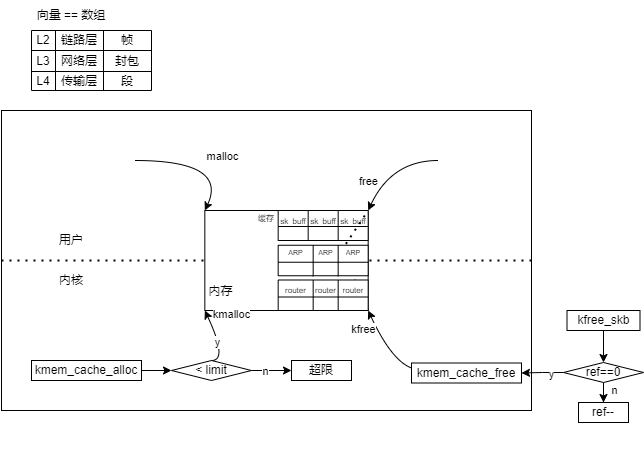
The draw.io diagram 深入理解Linux网络/简介.drawio.png in nayitian/drawio, before a commit. Source tidied: cells renumbered, new cells last; positions are measured from the earlier drawing's top-left corner, leaving out a move shared by most shapes.
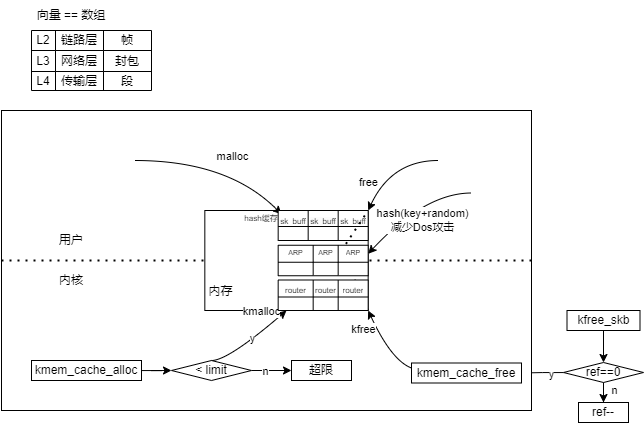
The same file after the commit.

Diff of the diagram source:
```diff
@@ -44,29 +44,52 @@
     <mxCell id="15" value="&lt;font style=&quot;font-size: 12px;&quot;&gt;段&lt;/font&gt;" style="shape=partialRectangle;html=1;whiteSpace=wrap;strokeColor=inherit;overflow=hidden;fillColor=none;top=0;left=0;bottom=0;right=0;fontSize=12;" parent="12" vertex="1">
       <mxGeometry x="72" width="48" height="19" as="geometry" />
     </mxCell>
-    <mxCell id="16" style="group;" parent="1" vertex="1">
-      <mxGeometry x="40" y="110" width="490" height="340" as="geometry" />
-    </mxCell>
+    <mxCell id="69" value="ref--" style="rounded=0;whiteSpace=wrap;html=1;" parent="1" vertex="1">
+      <mxGeometry x="577" y="402" width="50" height="20" as="geometry" />
+    </mxCell>
+    <mxCell id="70" style="edgeStyle=orthogonalEdgeStyle;rounded=0;jettySize=auto;html=1;entryX=0.5;entryY=0;entryDx=0;entryDy=0;" parent="1" edge="1" source="74" target="69">
+      <mxGeometry relative="1" as="geometry" />
+    </mxCell>
+    <mxCell id="71" value="n" style="edgeLabel;html=1;align=center;verticalAlign=middle;" parent="70" vertex="1">
+      <mxGeometry x="0.1" y="-2" relative="1" as="geometry">
+        <mxPoint x="8" as="offset" />
+      </mxGeometry>
+    </mxCell>
+    <mxCell id="72" style="edgeStyle=orthogonalEdgeStyle;rounded=0;jettySize=auto;html=1;entryX=1;entryY=0.5;entryDx=0;entryDy=0;" parent="1" edge="1" source="74" target="44">
+      <mxGeometry relative="1" as="geometry" />
+    </mxCell>
+    <mxCell id="73" value="y" style="edgeLabel;html=1;align=center;verticalAlign=middle;" parent="72" vertex="1">
+      <mxGeometry x="-0.4" y="1" relative="1" as="geometry" />
+    </mxCell>
+    <mxCell id="74" value="ref==0" style="rhombus;whiteSpace=wrap;html=1;" parent="1" vertex="1">
+      <mxGeometry x="562" y="362" width="80" height="20" as="geometry" />
+    </mxCell>
+    <mxCell id="75" style="edgeStyle=orthogonalEdgeStyle;rounded=0;jettySize=auto;html=1;entryX=0.5;entryY=0;entryDx=0;entryDy=0;" parent="1" edge="1" source="76" target="74">
+      <mxGeometry relative="1" as="geometry" />
+    </mxCell>
+    <mxCell id="76" value="kfree_skb" style="rounded=0;whiteSpace=wrap;html=1;" parent="1" vertex="1">
+      <mxGeometry x="565.5" y="310" width="73" height="20" as="geometry" />
+    </mxCell>
-    <mxCell id="17" style="rounded=0;whiteSpace=wrap;html=1;" parent="16" vertex="1">
-      <mxGeometry x="-40" width="530" height="300" as="geometry" />
+    <mxCell id="17" style="rounded=0;whiteSpace=wrap;html=1;" parent="1" vertex="1">
+      <mxGeometry y="110" width="530" height="300" as="geometry" />
     </mxCell>
-    <mxCell id="18" style="endArrow=none;dashed=1;html=1;dashPattern=1 3;strokeWidth=2;rounded=0;exitX=0;exitY=0.5;exitDx=0;exitDy=0;entryX=1;entryY=0.5;entryDx=0;entryDy=0;" parent="16" edge="1" source="17" target="17">
+    <mxCell id="18" style="endArrow=none;dashed=1;html=1;dashPattern=1 3;strokeWidth=2;rounded=0;exitX=0;exitY=0.5;exitDx=0;exitDy=0;entryX=1;entryY=0.5;entryDx=0;entryDy=0;" parent="1" edge="1" source="17" target="17">
       <mxGeometry relative="1" as="geometry" />
     </mxCell>
-    <mxCell id="19" value="用户" style="text;html=1;align=center;verticalAlign=middle;whiteSpace=wrap;rounded=0;" parent="16" vertex="1">
-      <mxGeometry y="110" width="60" height="40" as="geometry" />
+    <mxCell id="19" value="用户" style="text;html=1;align=center;verticalAlign=middle;whiteSpace=wrap;rounded=0;" parent="1" vertex="1">
+      <mxGeometry x="40" y="220" width="60" height="40" as="geometry" />
     </mxCell>
-    <mxCell id="20" value="内核" style="text;html=1;align=center;verticalAlign=middle;whiteSpace=wrap;rounded=0;" parent="16" vertex="1">
-      <mxGeometry y="150" width="60" height="40" as="geometry" />
+    <mxCell id="20" value="内核" style="text;html=1;align=center;verticalAlign=middle;whiteSpace=wrap;rounded=0;" parent="1" vertex="1">
+      <mxGeometry x="40" y="260" width="60" height="40" as="geometry" />
     </mxCell>
-    <mxCell id="21" style="rounded=0;whiteSpace=wrap;html=1;" parent="16" vertex="1">
-      <mxGeometry x="163.3" y="100" width="163.3" height="100" as="geometry" />
+    <mxCell id="21" style="rounded=0;whiteSpace=wrap;html=1;" parent="1" vertex="1">
+      <mxGeometry x="203.3" y="210" width="163.3" height="100" as="geometry" />
     </mxCell>
-    <mxCell id="22" style="endArrow=classic;html=1;rounded=0;entryX=0;entryY=0;entryDx=0;entryDy=0;curved=1;" parent="16" edge="1" target="21">
+    <mxCell id="22" style="endArrow=classic;html=1;rounded=0;entryX=1;entryY=0.25;entryDx=0;entryDy=0;curved=1;" parent="1" edge="1" target="41">
       <mxGeometry relative="1" as="geometry">
-        <mxPoint x="93.3" y="50" as="sourcePoint" />
+        <mxPoint x="133.3" y="160" as="sourcePoint" />
         <Array as="points">
-          <mxPoint x="186.7" y="50" />
+          <mxPoint x="226.7" y="160" />
         </Array>
       </mxGeometry>
     </mxCell>
@@ -75,12 +98,12 @@
         <mxPoint x="14" y="-4" as="offset" />
       </mxGeometry>
     </mxCell>
-    <mxCell id="24" style="endArrow=classic;html=1;rounded=0;entryX=0;entryY=0;entryDx=0;entryDy=0;curved=1;" parent="16" edge="1">
+    <mxCell id="24" style="endArrow=classic;html=1;rounded=0;entryX=0;entryY=0;entryDx=0;entryDy=0;curved=1;" parent="1" edge="1">
       <mxGeometry relative="1" as="geometry">
-        <mxPoint x="396.7" y="50" as="sourcePoint" />
-        <mxPoint x="326.7" y="100" as="targetPoint" />
+        <mxPoint x="436.7" y="160" as="sourcePoint" />
+        <mxPoint x="366.7" y="210" as="targetPoint" />
         <Array as="points">
-          <mxPoint x="350" y="50" />
+          <mxPoint x="390" y="160" />
         </Array>
       </mxGeometry>
     </mxCell>
@@ -89,11 +112,10 @@
         <mxPoint x="-23" y="17" as="offset" />
       </mxGeometry>
     </mxCell>
-    <mxCell id="26" style="endArrow=classic;html=1;rounded=0;entryX=0;entryY=0;entryDx=0;entryDy=0;curved=1;exitX=0.5;exitY=0;exitDx=0;exitDy=0;" parent="16" edge="1" source="49">
+    <mxCell id="26" style="endArrow=classic;html=1;rounded=0;entryX=0.5;entryY=1;entryDx=0;entryDy=0;curved=1;exitX=0.5;exitY=0;exitDx=0;exitDy=0;" parent="1" edge="1" source="49" target="21">
       <mxGeometry relative="1" as="geometry">
-        <mxPoint x="163.3" y="200" as="targetPoint" />
         <Array as="points">
-          <mxPoint x="186.7" y="250" />
+          <mxPoint x="226.7" y="360" />
         </Array>
       </mxGeometry>
     </mxCell>
@@ -105,11 +127,11 @@
     <mxCell id="28" value="y" style="edgeLabel;html=1;align=center;verticalAlign=middle;" parent="26" vertex="1">
       <mxGeometry x="0.05" y="2" relative="1" as="geometry" />
     </mxCell>
-    <mxCell id="29" style="endArrow=classic;html=1;rounded=0;entryX=0;entryY=0;entryDx=0;entryDy=0;curved=1;exitX=0;exitY=0.25;exitDx=0;exitDy=0;" parent="16" edge="1" source="44">
+    <mxCell id="29" style="endArrow=classic;html=1;rounded=0;entryX=0;entryY=0;entryDx=0;entryDy=0;curved=1;exitX=0;exitY=0.25;exitDx=0;exitDy=0;" parent="1" edge="1" source="44">
       <mxGeometry relative="1" as="geometry">
-        <mxPoint x="326.7" y="200" as="targetPoint" />
+        <mxPoint x="366.7" y="310" as="targetPoint" />
         <Array as="points">
-          <mxPoint x="350" y="250" />
+          <mxPoint x="390" y="360" />
         </Array>
       </mxGeometry>
     </mxCell>
@@ -118,8 +140,8 @@
         <mxPoint x="-21" y="-17" as="offset" />
       </mxGeometry>
     </mxCell>
-    <mxCell id="31" style="shape=table;startSize=0;" parent="16" vertex="1">
-      <mxGeometry x="236.7" y="100" width="90" height="30" as="geometry" />
+    <mxCell id="31" style="shape=table;startSize=0;" parent="1" vertex="1">
+      <mxGeometry x="276.7" y="210" width="90" height="30" as="geometry" />
     </mxCell>
     <mxCell id="32" style="shape=tableRow;horizontal=0;startSize=0;swimlaneHead=0;swimlaneBody=0;strokeColor=inherit;top=0;left=0;bottom=0;right=0;fillColor=none;" parent="31" vertex="1">
       <mxGeometry width="90" height="16" as="geometry" />
@@ -145,45 +167,45 @@
     <mxCell id="39" style="shape=partialRectangle;html=1;whiteSpace=wrap;strokeColor=inherit;overflow=hidden;fillColor=none;top=0;left=0;bottom=0;right=0;" parent="36" vertex="1">
       <mxGeometry x="60" width="30" height="14" as="geometry" />
     </mxCell>
-    <mxCell id="40" value="内存" style="text;html=1;align=center;verticalAlign=middle;whiteSpace=wrap;rounded=0;" parent="16" vertex="1">
-      <mxGeometry x="163.3" y="172.5" width="32.7" height="17.5" as="geometry" />
+    <mxCell id="40" value="内存" style="text;html=1;align=center;verticalAlign=middle;whiteSpace=wrap;rounded=0;" parent="1" vertex="1">
+      <mxGeometry x="203.3" y="282.5" width="32.7" height="17.5" as="geometry" />
     </mxCell>
-    <mxCell id="41" value="缓存" style="text;html=1;align=center;verticalAlign=middle;whiteSpace=wrap;rounded=0;fontSize=8;" parent="16" vertex="1">
-      <mxGeometry x="210" y="100" width="30" height="15" as="geometry" />
+    <mxCell id="41" value="hash缓存" style="text;html=1;align=center;verticalAlign=middle;whiteSpace=wrap;rounded=0;fontSize=8;" parent="1" vertex="1">
+      <mxGeometry x="240" y="210" width="40" height="15" as="geometry" />
     </mxCell>
-    <mxCell id="42" style="endArrow=none;dashed=1;html=1;dashPattern=1 3;strokeWidth=2;rounded=0;entryX=1;entryY=1;entryDx=0;entryDy=0;" parent="16" edge="1" target="21">
+    <mxCell id="42" style="endArrow=none;dashed=1;html=1;dashPattern=1 3;strokeWidth=2;rounded=0;entryX=1;entryY=1;entryDx=0;entryDy=0;" parent="1" edge="1" target="21">
       <mxGeometry relative="1" as="geometry">
-        <mxPoint x="300" y="140" as="sourcePoint" />
+        <mxPoint x="340" y="250" as="sourcePoint" />
       </mxGeometry>
     </mxCell>
-    <mxCell id="43" style="endArrow=none;dashed=1;html=1;dashPattern=1 3;strokeWidth=2;rounded=0;entryX=1;entryY=0;entryDx=0;entryDy=0;" parent="16" edge="1" target="31">
+    <mxCell id="43" style="endArrow=none;dashed=1;html=1;dashPattern=1 3;strokeWidth=2;rounded=0;entryX=1;entryY=0;entryDx=0;entryDy=0;" parent="1" edge="1" target="31">
       <mxGeometry relative="1" as="geometry">
-        <mxPoint x="300" y="140" as="sourcePoint" />
+        <mxPoint x="340" y="250" as="sourcePoint" />
       </mxGeometry>
     </mxCell>
-    <mxCell id="44" value="kmem_cache_free" style="rounded=0;whiteSpace=wrap;html=1;" parent="16" vertex="1">
-      <mxGeometry x="370" y="252.5" width="110" height="20" as="geometry" />
+    <mxCell id="44" value="kmem_cache_free" style="rounded=0;whiteSpace=wrap;html=1;" parent="1" vertex="1">
+      <mxGeometry x="410" y="362.5" width="110" height="20" as="geometry" />
     </mxCell>
-    <mxCell id="45" style="edgeStyle=orthogonalEdgeStyle;rounded=0;jettySize=auto;html=1;entryX=0;entryY=0.5;entryDx=0;entryDy=0;" parent="16" edge="1" source="46" target="49">
+    <mxCell id="45" style="edgeStyle=orthogonalEdgeStyle;rounded=0;jettySize=auto;html=1;entryX=0;entryY=0.5;entryDx=0;entryDy=0;" parent="1" edge="1" source="46" target="49">
       <mxGeometry relative="1" as="geometry" />
     </mxCell>
-    <mxCell id="46" value="kmem_cache_alloc" style="rounded=0;whiteSpace=wrap;html=1;" parent="16" vertex="1">
-      <mxGeometry x="-10" y="250" width="110" height="20" as="geometry" />
+    <mxCell id="46" value="kmem_cache_alloc" style="rounded=0;whiteSpace=wrap;html=1;" parent="1" vertex="1">
+      <mxGeometry x="30" y="360" width="110" height="20" as="geometry" />
     </mxCell>
-    <mxCell id="47" style="edgeStyle=orthogonalEdgeStyle;rounded=0;jettySize=auto;html=1;entryX=0;entryY=0.5;entryDx=0;entryDy=0;" parent="16" edge="1" source="49" target="50">
+    <mxCell id="47" style="edgeStyle=orthogonalEdgeStyle;rounded=0;jettySize=auto;html=1;entryX=0;entryY=0.5;entryDx=0;entryDy=0;" parent="1" edge="1" source="49" target="50">
       <mxGeometry relative="1" as="geometry" />
     </mxCell>
     <mxCell id="48" value="n" style="edgeLabel;html=1;align=center;verticalAlign=middle;" parent="47" vertex="1">
       <mxGeometry x="-0.36" relative="1" as="geometry" />
     </mxCell>
-    <mxCell id="49" value="&amp;lt; limit" style="rhombus;whiteSpace=wrap;html=1;" parent="16" vertex="1">
-      <mxGeometry x="130" y="250" width="80" height="20" as="geometry" />
+    <mxCell id="49" value="&amp;lt; limit" style="rhombus;whiteSpace=wrap;html=1;" parent="1" vertex="1">
+      <mxGeometry x="170" y="360" width="80" height="20" as="geometry" />
     </mxCell>
-    <mxCell id="50" value="超限" style="rounded=0;whiteSpace=wrap;html=1;" parent="16" vertex="1">
-      <mxGeometry x="250" y="250" width="60" height="20" as="geometry" />
+    <mxCell id="50" value="超限" style="rounded=0;whiteSpace=wrap;html=1;" parent="1" vertex="1">
+      <mxGeometry x="290" y="360" width="60" height="20" as="geometry" />
     </mxCell>
-    <mxCell id="51" style="shape=table;startSize=0;" parent="16" vertex="1">
-      <mxGeometry x="236.7" y="134.8" width="90" height="30.5" as="geometry" />
+    <mxCell id="51" style="shape=table;startSize=0;" parent="1" vertex="1">
+      <mxGeometry x="276.7" y="244.8" width="90" height="30.5" as="geometry" />
     </mxCell>
     <mxCell id="52" style="shape=tableRow;horizontal=0;startSize=0;swimlaneHead=0;swimlaneBody=0;strokeColor=inherit;top=0;left=0;bottom=0;right=0;fillColor=none;points=[[0,0.5],[1,0.5]];portConstraint=eastwest;" parent="51" vertex="1">
       <mxGeometry width="90" height="17" as="geometry" />
@@ -198,19 +220,19 @@
       <mxGeometry x="60" width="30" height="17" as="geometry" />
     </mxCell>
     <mxCell id="56" style="shape=tableRow;horizontal=0;startSize=0;swimlaneHead=0;swimlaneBody=0;strokeColor=inherit;top=0;left=0;bottom=0;right=0;fillColor=none;" parent="51" vertex="1">
-      <mxGeometry y="17" width="90" height="14" as="geometry" />
+      <mxGeometry y="17" width="90" height="13" as="geometry" />
     </mxCell>
     <mxCell id="57" style="shape=partialRectangle;html=1;whiteSpace=wrap;strokeColor=inherit;overflow=hidden;fillColor=none;top=0;left=0;bottom=0;right=0;" parent="56" vertex="1">
-      <mxGeometry width="35" height="14" as="geometry" />
+      <mxGeometry width="35" height="13" as="geometry" />
     </mxCell>
     <mxCell id="58" style="shape=partialRectangle;html=1;whiteSpace=wrap;strokeColor=inherit;overflow=hidden;fillColor=none;top=0;left=0;bottom=0;right=0;" parent="56" vertex="1">
-      <mxGeometry x="35" width="25" height="14" as="geometry" />
+      <mxGeometry x="35" width="25" height="13" as="geometry" />
     </mxCell>
     <mxCell id="59" style="shape=partialRectangle;html=1;whiteSpace=wrap;strokeColor=inherit;overflow=hidden;fillColor=none;top=0;left=0;bottom=0;right=0;" parent="56" vertex="1">
-      <mxGeometry x="60" width="30" height="14" as="geometry" />
+      <mxGeometry x="60" width="30" height="13" as="geometry" />
     </mxCell>
-    <mxCell id="60" style="shape=table;startSize=0;" parent="16" vertex="1">
-      <mxGeometry x="236.7" y="169.5" width="90" height="30.5" as="geometry" />
+    <mxCell id="60" style="shape=table;startSize=0;" parent="1" vertex="1">
+      <mxGeometry x="276.7" y="279.5" width="90" height="30.5" as="geometry" />
     </mxCell>
     <mxCell id="61" style="shape=tableRow;horizontal=0;startSize=0;swimlaneHead=0;swimlaneBody=0;strokeColor=inherit;top=0;left=0;bottom=0;right=0;fillColor=none;" parent="60" vertex="1">
       <mxGeometry width="90" height="17" as="geometry" />
@@ -225,42 +247,29 @@
       <mxGeometry x="60" width="30" height="17" as="geometry" />
     </mxCell>
     <mxCell id="65" style="shape=tableRow;horizontal=0;startSize=0;swimlaneHead=0;swimlaneBody=0;strokeColor=inherit;top=0;left=0;bottom=0;right=0;fillColor=none;" parent="60" vertex="1">
-      <mxGeometry y="17" width="90" height="14" as="geometry" />
+      <mxGeometry y="17" width="90" height="13" as="geometry" />
     </mxCell>
     <mxCell id="66" style="shape=partialRectangle;html=1;whiteSpace=wrap;strokeColor=inherit;overflow=hidden;fillColor=none;top=0;left=0;bottom=0;right=0;" parent="65" vertex="1">
-      <mxGeometry width="35" height="14" as="geometry" />
+      <mxGeometry width="35" height="13" as="geometry" />
     </mxCell>
     <mxCell id="67" style="shape=partialRectangle;html=1;whiteSpace=wrap;strokeColor=inherit;overflow=hidden;fillColor=none;top=0;left=0;bottom=0;right=0;" parent="65" vertex="1">
-      <mxGeometry x="35" width="25" height="14" as="geometry" />
+      <mxGeometry x="35" width="25" height="13" as="geometry" />
     </mxCell>
     <mxCell id="68" style="shape=partialRectangle;html=1;whiteSpace=wrap;strokeColor=inherit;overflow=hidden;fillColor=none;top=0;left=0;bottom=0;right=0;" parent="65" vertex="1">
-      <mxGeometry x="60" width="30" height="14" as="geometry" />
+      <mxGeometry x="60" width="30" height="13" as="geometry" />
     </mxCell>
-    <mxCell id="69" value="ref--" style="rounded=0;whiteSpace=wrap;html=1;" parent="1" vertex="1">
-      <mxGeometry x="577" y="402" width="50" height="20" as="geometry" />
-    </mxCell>
-    <mxCell id="70" style="edgeStyle=orthogonalEdgeStyle;rounded=0;jettySize=auto;html=1;entryX=0.5;entryY=0;entryDx=0;entryDy=0;" parent="1" edge="1" source="74" target="69">
-      <mxGeometry relative="1" as="geometry" />
-    </mxCell>
-    <mxCell id="71" value="n" style="edgeLabel;html=1;align=center;verticalAlign=middle;" parent="70" vertex="1">
-      <mxGeometry x="0.1" y="-2" relative="1" as="geometry">
-        <mxPoint x="8" as="offset" />
-      </mxGeometry>
-    </mxCell>
-    <mxCell id="72" style="edgeStyle=orthogonalEdgeStyle;rounded=0;jettySize=auto;html=1;entryX=1;entryY=0.5;entryDx=0;entryDy=0;" parent="1" edge="1" source="74" target="44">
-      <mxGeometry relative="1" as="geometry" />
-    </mxCell>
-    <mxCell id="73" value="y" style="edgeLabel;html=1;align=center;verticalAlign=middle;" parent="72" vertex="1">
-      <mxGeometry x="-0.4" y="1" relative="1" as="geometry" />
-    </mxCell>
-    <mxCell id="74" value="ref==0" style="rhombus;whiteSpace=wrap;html=1;" parent="1" vertex="1">
-      <mxGeometry x="562" y="362" width="80" height="20" as="geometry" />
-    </mxCell>
-    <mxCell id="75" style="edgeStyle=orthogonalEdgeStyle;rounded=0;jettySize=auto;html=1;entryX=0.5;entryY=0;entryDx=0;entryDy=0;" parent="1" edge="1" source="76" target="74">
-      <mxGeometry relative="1" as="geometry" />
-    </mxCell>
-    <mxCell id="76" value="kfree_skb" style="rounded=0;whiteSpace=wrap;html=1;" parent="1" vertex="1">
-      <mxGeometry x="565.5" y="310" width="73" height="20" as="geometry" />
-    </mxCell>
+    <mxCell id="77" style="endArrow=classic;html=1;rounded=0;entryX=1;entryY=0.5;entryDx=0;entryDy=0;curved=1;" parent="1" edge="1" target="52">
+      <mxGeometry relative="1" as="geometry">
+        <mxPoint x="470" y="192.5" as="sourcePoint" />
+        <Array as="points">
+          <mxPoint x="423.3" y="192.5" />
+        </Array>
+      </mxGeometry>
+    </mxCell>
+    <mxCell id="78" value="hash(key+random)&lt;br&gt;减少Dos攻击" style="edgeLabel;html=1;align=center;verticalAlign=middle;" parent="77" vertex="1">
+      <mxGeometry x="-0.01" y="1" relative="1" as="geometry">
+        <mxPoint x="8" y="14" as="offset" />
+      </mxGeometry>
+    </mxCell>
   </root>
 </mxGraphModel>
```
